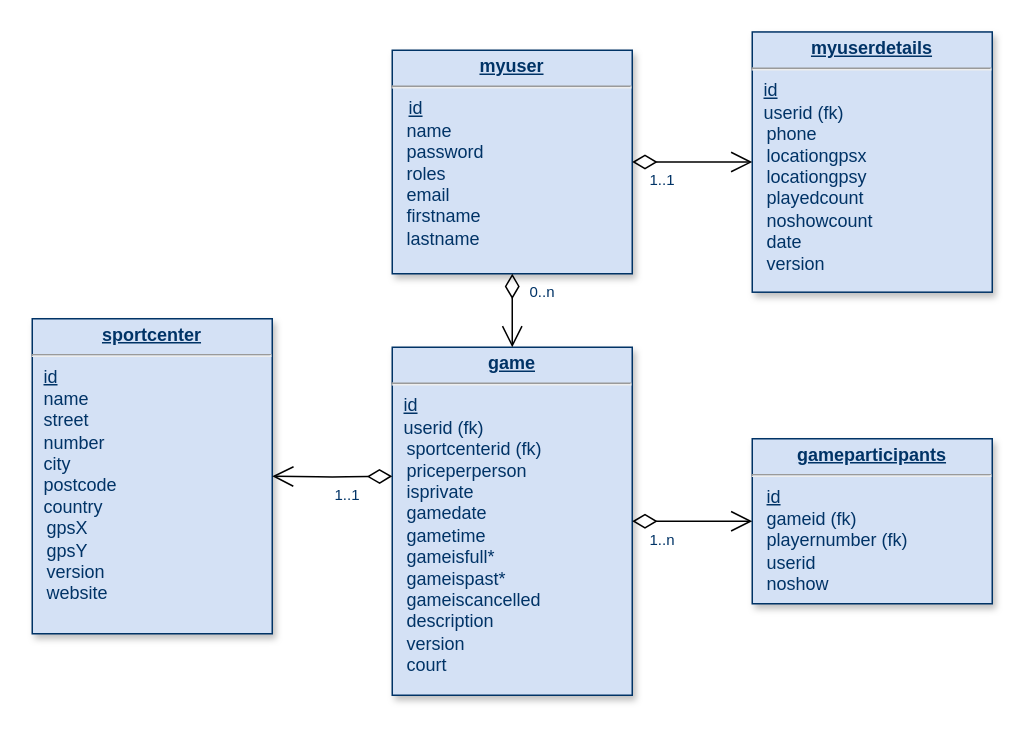
Earlier version of the draw.io diagram dbs schema.drawio (dicaros/BVapp). Source tidied: cells renumbered, new cells numbered last; positions are measured from the earlier drawing's top-left corner, leaving out a move shared by most shapes. Both pictures are drawn from the tidied source at 150%, with x=0, y=0 at pixel (32, 32).
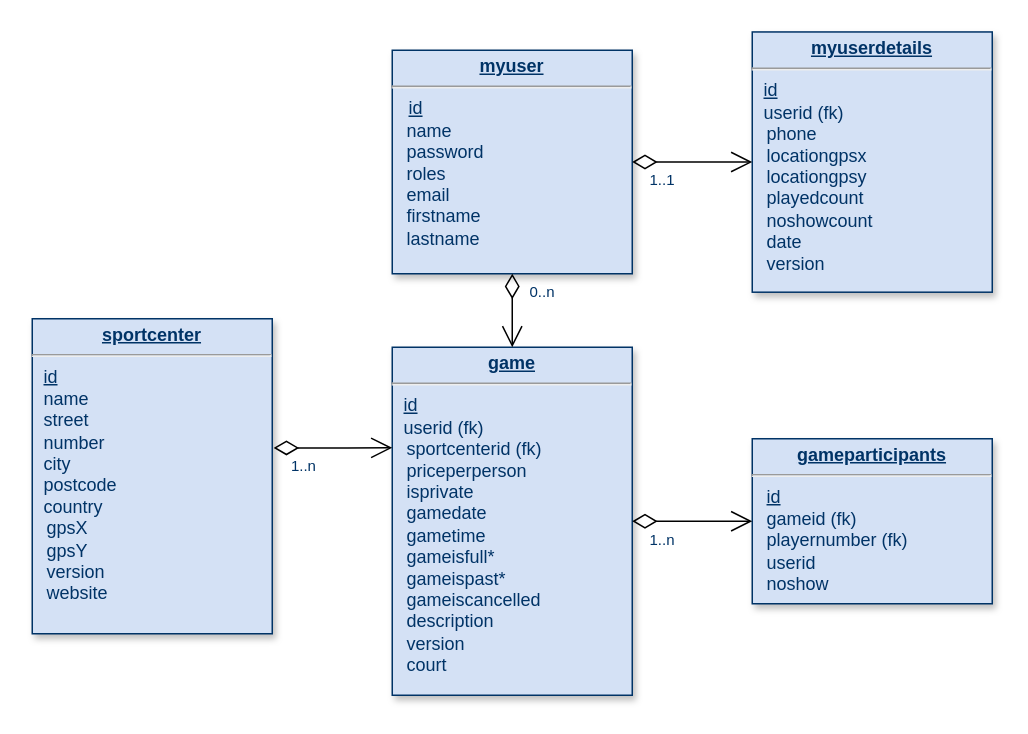
The same diagram, later.

Commit message:
updated dbs schema

Change to the diagram source:
```diff
@@
 <mxGraphModel background="#ffffff">
   <root>
     <mxCell id="0" />
     <mxCell id="1" parent="0" />
     <mxCell id="2" value="&lt;p style=&quot;margin: 0px ; margin-top: 4px ; text-align: center ; text-decoration: underline&quot;&gt;&lt;strong&gt;game&lt;/strong&gt;&lt;/p&gt;&lt;hr&gt;&lt;p style=&quot;margin: 0px ; margin-left: 8px&quot;&gt;&lt;u&gt;id&lt;/u&gt;&lt;br&gt;&lt;/p&gt;&lt;p style=&quot;margin: 0px ; margin-left: 8px&quot;&gt;userid (fk)&lt;br&gt;&lt;/p&gt;&lt;div&gt;&amp;nbsp;&amp;nbsp; sportcenterid (fk)&lt;br&gt;&lt;/div&gt;&lt;div&gt;&amp;nbsp;&amp;nbsp; priceperperson&lt;br&gt;&lt;/div&gt;&lt;div&gt;&amp;nbsp;&amp;nbsp; isprivate&lt;/div&gt;&lt;div&gt;&amp;nbsp;&amp;nbsp; gamedate&lt;/div&gt;&lt;div&gt;&amp;nbsp;&amp;nbsp; gametime&lt;/div&gt;&lt;div&gt;&amp;nbsp;&amp;nbsp; gameisfull*&lt;/div&gt;&lt;div&gt;&amp;nbsp;&amp;nbsp; gameispast*&lt;/div&gt;&lt;div&gt;&amp;nbsp;&amp;nbsp; gameiscancelled&lt;br&gt;&lt;/div&gt;&lt;div&gt;&amp;nbsp;&amp;nbsp; description&lt;/div&gt;&lt;div&gt;&amp;nbsp;&amp;nbsp; version&lt;/div&gt;&lt;div&gt;&amp;nbsp;&amp;nbsp; court&lt;br&gt;&lt;/div&gt;&lt;div&gt;&amp;nbsp;&amp;nbsp; &lt;br&gt;&lt;/div&gt;" style="verticalAlign=top;align=left;overflow=fill;fontSize=12;fontFamily=Helvetica;html=1;strokeColor=#003366;shadow=1;fillColor=#D4E1F5;fontColor=#003366;" parent="1" vertex="1">
       <mxGeometry x="240" y="210" width="160" height="232" as="geometry" />
     </mxCell>
     <mxCell id="3" value="&lt;p style=&quot;margin: 0px ; margin-top: 4px ; text-align: center ; text-decoration: underline&quot;&gt;&lt;strong&gt;myuser&lt;br&gt;&lt;/strong&gt;&lt;/p&gt;&lt;hr&gt;&lt;p style=&quot;margin: 0px ; margin-left: 8px&quot;&gt;&lt;i&gt;&amp;nbsp;&lt;/i&gt;&lt;u&gt;id&lt;/u&gt;&lt;/p&gt;&lt;div&gt;&amp;nbsp;&amp;nbsp; name&lt;/div&gt;&lt;div&gt;&amp;nbsp;&amp;nbsp; password&lt;br&gt;&lt;/div&gt;&lt;div&gt;&amp;nbsp;&amp;nbsp; roles&lt;/div&gt;&lt;div&gt;&amp;nbsp;&amp;nbsp; email&lt;/div&gt;&lt;div&gt;&amp;nbsp;&amp;nbsp; firstname&lt;/div&gt;&lt;div&gt;&amp;nbsp;&amp;nbsp; lastname&lt;br&gt;&lt;/div&gt;" style="verticalAlign=top;align=left;overflow=fill;fontSize=12;fontFamily=Helvetica;html=1;strokeColor=#003366;shadow=1;fillColor=#D4E1F5;fontColor=#003366;" parent="1" vertex="1">
       <mxGeometry x="240" y="12" width="160" height="149" as="geometry" />
     </mxCell>
     <mxCell id="4" style="endArrow=open;endSize=12;startArrow=diamondThin;startSize=14;startFill=0;edgeStyle=orthogonalEdgeStyle;" parent="1" edge="1" source="3" target="2">
       <mxGeometry x="19" y="368" as="geometry" />
     </mxCell>
     <mxCell id="5" value="0..n" style="align=left;verticalAlign=top;labelBackgroundColor=#ffffff;fontSize=10;strokeColor=#003366;shadow=1;fillColor=#D4E1F5;fontColor=#003366;" parent="4" vertex="1">
       <mxGeometry x="-1" relative="1" as="geometry">
         <mxPoint x="10" as="offset" />
       </mxGeometry>
     </mxCell>
     <mxCell id="6" value="&lt;p style=&quot;margin: 0px ; margin-top: 4px ; text-align: center ; text-decoration: underline&quot;&gt;&lt;strong&gt;gameparticipants&lt;/strong&gt;&lt;/p&gt;&lt;hr&gt;&lt;div&gt;&amp;nbsp;&amp;nbsp; &lt;u&gt;id&lt;br&gt;&lt;/u&gt;&lt;/div&gt;&lt;div&gt;&amp;nbsp;&amp;nbsp; gameid (fk)&lt;u&gt;&lt;br&gt;&lt;/u&gt;&lt;/div&gt;&lt;div&gt;&amp;nbsp;&amp;nbsp; playernumber (fk)&lt;u&gt;&lt;br&gt;&lt;/u&gt;&lt;/div&gt;&lt;div&gt;&amp;nbsp;&amp;nbsp; userid&lt;/div&gt;&lt;div&gt;&amp;nbsp;&amp;nbsp; noshow&lt;br&gt;&lt;/div&gt;&lt;div&gt;&amp;nbsp;&amp;nbsp; &lt;br&gt;&lt;/div&gt;" style="verticalAlign=top;align=left;overflow=fill;fontSize=12;fontFamily=Helvetica;html=1;strokeColor=#003366;shadow=1;fillColor=#D4E1F5;fontColor=#003366;" parent="1" vertex="1">
       <mxGeometry x="480" y="271" width="160" height="110" as="geometry" />
     </mxCell>
     <mxCell id="7" style="endArrow=open;endSize=12;startArrow=diamondThin;startSize=14;startFill=0;edgeStyle=orthogonalEdgeStyle;entryX=0;entryY=0.5;entryDx=0;entryDy=0;exitX=1;exitY=0.5;exitDx=0;exitDy=0;" parent="1" edge="1" source="2" target="6">
       <mxGeometry x="29" y="378" as="geometry" />
     </mxCell>
     <mxCell id="8" value="1..n" style="align=left;verticalAlign=top;labelBackgroundColor=#ffffff;fontSize=10;strokeColor=#003366;shadow=1;fillColor=#D4E1F5;fontColor=#003366;" parent="7" vertex="1">
       <mxGeometry x="-1" relative="1" as="geometry">
         <mxPoint x="10" as="offset" />
       </mxGeometry>
     </mxCell>
     <mxCell id="9" value="&lt;p style=&quot;margin: 0px ; margin-top: 4px ; text-align: center ; text-decoration: underline&quot;&gt;&lt;strong&gt;sportcenter&lt;/strong&gt;&lt;/p&gt;&lt;hr&gt;&lt;p style=&quot;margin: 0px ; margin-left: 8px&quot;&gt;&lt;u&gt;id&lt;/u&gt;&lt;/p&gt;&lt;p style=&quot;margin: 0px ; margin-left: 8px&quot;&gt;name&lt;/p&gt;&lt;p style=&quot;margin: 0px ; margin-left: 8px&quot;&gt;street&lt;/p&gt;&lt;p style=&quot;margin: 0px ; margin-left: 8px&quot;&gt;number&lt;br&gt;&lt;/p&gt;&lt;p style=&quot;margin: 0px ; margin-left: 8px&quot;&gt;city&lt;/p&gt;&lt;p style=&quot;margin: 0px ; margin-left: 8px&quot;&gt;postcode&lt;/p&gt;&lt;p style=&quot;margin: 0px ; margin-left: 8px&quot;&gt;country&lt;br&gt;&lt;/p&gt;&amp;nbsp;&amp;nbsp; gpsX&lt;div&gt;&amp;nbsp;&amp;nbsp; gpsY&lt;/div&gt;&lt;div&gt;&amp;nbsp;&amp;nbsp; version&lt;/div&gt;&lt;div&gt;&amp;nbsp;&amp;nbsp; website&lt;br&gt;&lt;/div&gt;&lt;div&gt;&amp;nbsp;&amp;nbsp; &lt;br&gt;&lt;/div&gt;&lt;div&gt;&amp;nbsp;&amp;nbsp; &lt;br&gt;&lt;/div&gt;" style="verticalAlign=top;align=left;overflow=fill;fontSize=12;fontFamily=Helvetica;html=1;strokeColor=#003366;shadow=1;fillColor=#D4E1F5;fontColor=#003366;" parent="1" vertex="1">
       <mxGeometry y="191" width="160" height="210" as="geometry" />
     </mxCell>
     <mxCell id="10" value="&lt;p style=&quot;margin: 0px ; margin-top: 4px ; text-align: center ; text-decoration: underline&quot;&gt;&lt;strong&gt;myuserdetails&lt;/strong&gt;&lt;/p&gt;&lt;hr&gt;&lt;p style=&quot;margin: 0px ; margin-left: 8px&quot;&gt;&lt;u&gt;id&lt;br&gt;&lt;/u&gt;&lt;/p&gt;&lt;p style=&quot;margin: 0px ; margin-left: 8px&quot;&gt;userid (fk)&lt;br&gt;&lt;/p&gt;&amp;nbsp;&amp;nbsp; phone&lt;br&gt;&lt;div&gt;&amp;nbsp;&amp;nbsp; locationgpsx&lt;br&gt;&lt;/div&gt;&lt;div&gt;&amp;nbsp;&amp;nbsp; locationgpsy&lt;/div&gt;&lt;div&gt;&amp;nbsp;&amp;nbsp; playedcount&lt;/div&gt;&lt;div&gt;&amp;nbsp;&amp;nbsp; noshowcount&lt;/div&gt;&lt;div&gt;&amp;nbsp;&amp;nbsp; date&lt;/div&gt;&lt;div&gt;&amp;nbsp;&amp;nbsp; version&lt;br&gt;&lt;/div&gt;" style="verticalAlign=top;align=left;overflow=fill;fontSize=12;fontFamily=Helvetica;html=1;strokeColor=#003366;shadow=1;fillColor=#D4E1F5;fontColor=#003366;" parent="1" vertex="1">
       <mxGeometry x="480" y="-0.2" width="160" height="173.5" as="geometry" />
     </mxCell>
     <mxCell id="11" style="endArrow=open;endSize=12;startArrow=diamondThin;startSize=14;startFill=0;edgeStyle=orthogonalEdgeStyle;exitX=1;exitY=0.5;exitDx=0;exitDy=0;entryX=0;entryY=0.5;entryDx=0;entryDy=0;" parent="1" edge="1" source="3" target="10">
       <mxGeometry x="29" y="378" as="geometry" />
     </mxCell>
     <mxCell id="12" value="1..1" style="align=left;verticalAlign=top;labelBackgroundColor=#ffffff;fontSize=10;strokeColor=#003366;shadow=1;fillColor=#D4E1F5;fontColor=#003366;" parent="11" vertex="1">
       <mxGeometry x="-1" relative="1" as="geometry">
         <mxPoint x="10" as="offset" />
       </mxGeometry>
     </mxCell>
-    <mxCell id="13" style="endArrow=open;endSize=12;startArrow=diamondThin;startSize=14;startFill=0;edgeStyle=orthogonalEdgeStyle;entryX=1;entryY=0.5;entryDx=0;entryDy=0;" parent="1" edge="1" target="9">
-      <mxGeometry x="-180" y="364" as="geometry">
-        <mxPoint x="240" y="296" as="sourcePoint" />
-      </mxGeometry>
+    <mxCell id="13" style="endArrow=open;endSize=12;startArrow=diamondThin;startSize=14;startFill=0;edgeStyle=orthogonalEdgeStyle;entryX=0;entryY=0.289;entryDx=0;entryDy=0;entryPerimeter=0;exitX=1.006;exitY=0.41;exitDx=0;exitDy=0;exitPerimeter=0;" parent="1" edge="1" source="9" target="2">
+      <mxGeometry x="-180" y="364" as="geometry" />
     </mxCell>
-    <mxCell id="14" value="1..1" style="align=left;verticalAlign=top;labelBackgroundColor=#ffffff;fontSize=10;strokeColor=#003366;shadow=1;fillColor=#D4E1F5;fontColor=#003366;" parent="13" vertex="1">
+    <mxCell id="14" value="1..n" style="align=left;verticalAlign=top;labelBackgroundColor=#ffffff;fontSize=10;strokeColor=#003366;shadow=1;fillColor=#D4E1F5;fontColor=#003366;" parent="13" vertex="1">
       <mxGeometry x="-1" relative="1" as="geometry">
-        <mxPoint x="-40" as="offset" />
+        <mxPoint x="10" as="offset" />
       </mxGeometry>
     </mxCell>
   </root>
 </mxGraphModel>
```
